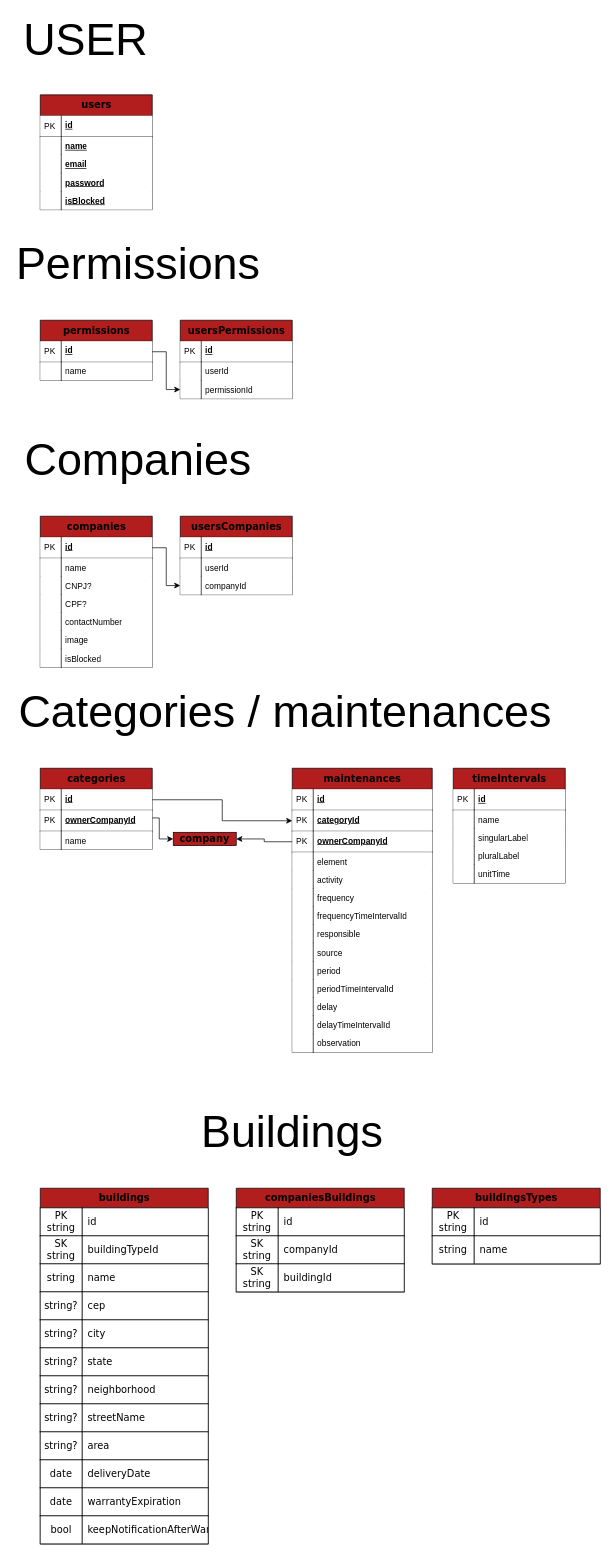
Before: src/docs/Easy Alert.drawio in easy-alert/server, a draw.io diagram. Source tidied: cells renumbered, new cells numbered last; positions are measured from the earlier drawing's top-left corner, leaving out a move shared by most shapes. Both pictures are drawn from the tidied source at 70%, with x=0, y=0 at pixel (12, 12).
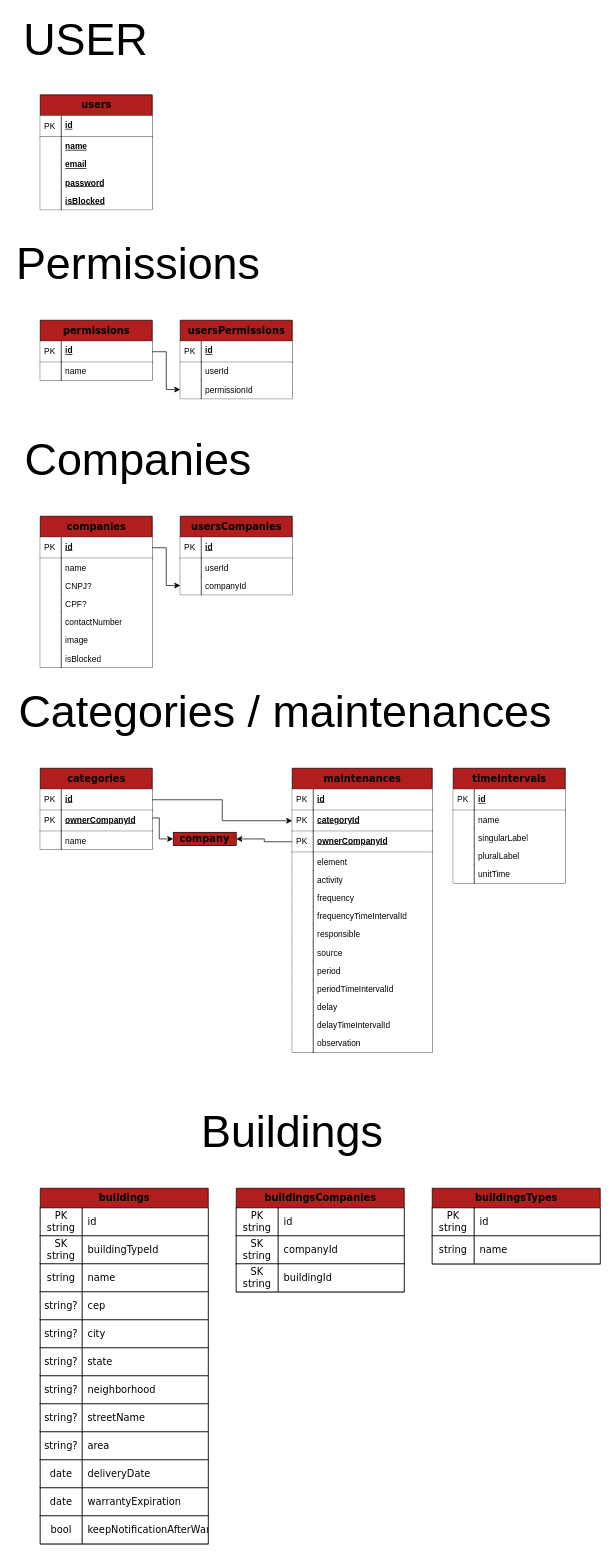
Above is the later version.

What changed in the source:
```diff
@@
-    <mxCell id="149" value="companiesBuildings" style="shape=table;startSize=28;childLayout=tableLayout;rowLines=1;fontStyle=1;align=center;rounded=0;shadow=0;labelBackgroundColor=none;labelBorderColor=none;comic=0;sketch=0;fontFamily=Verdana;fontSize=14;fontColor=default;strokeColor=default;strokeWidth=1;fillColor=#B21D1D;gradientColor=none;html=1;" parent="1" vertex="1">
+    <mxCell id="149" value="buildingsCompanies" style="shape=table;startSize=28;childLayout=tableLayout;rowLines=1;fontStyle=1;align=center;rounded=0;shadow=0;labelBackgroundColor=none;labelBorderColor=none;comic=0;sketch=0;fontFamily=Verdana;fontSize=14;fontColor=default;strokeColor=default;strokeWidth=1;fillColor=#B21D1D;gradientColor=none;html=1;" parent="1" vertex="1">
       <mxGeometry x="320" y="1680" width="240" height="148" as="geometry" />
     </mxCell>
```
